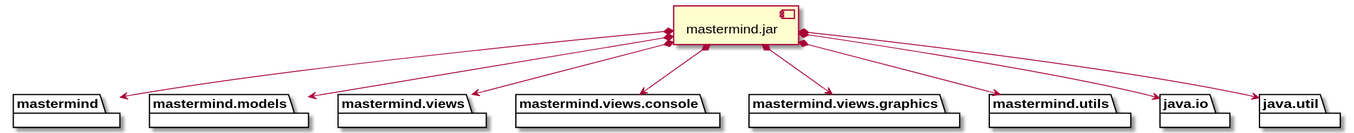
The PlantUML diagram modelViewPresenter/presentationModel/basic/docs/diagrams/out/vistas/desarrollo_implementacion.svg in SantaTecla-mastermind/solution.java.swing.socket.sql, before a commit.
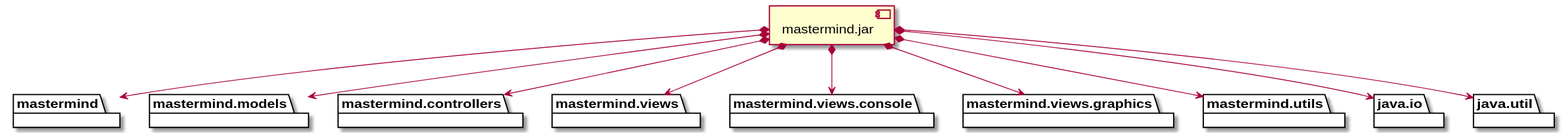
After the change.

What changed in the source:
```diff
@@ -2,6 +2,8 @@
 package "  "  as mastermind {
 }
 package "  "  as mastermind.models {
+}
+package "  "  as mastermind.controllers{
 }
 package "  "  as mastermind.views {
 }
@@ -20,6 +22,7 @@
 
 jar *--> mastermind
 jar *--> mastermind.models
+jar *--> mastermind.controllers
 jar *--> mastermind.views
 jar *--> mastermind.views.console
 jar *--> mastermind.views.graphics
```
